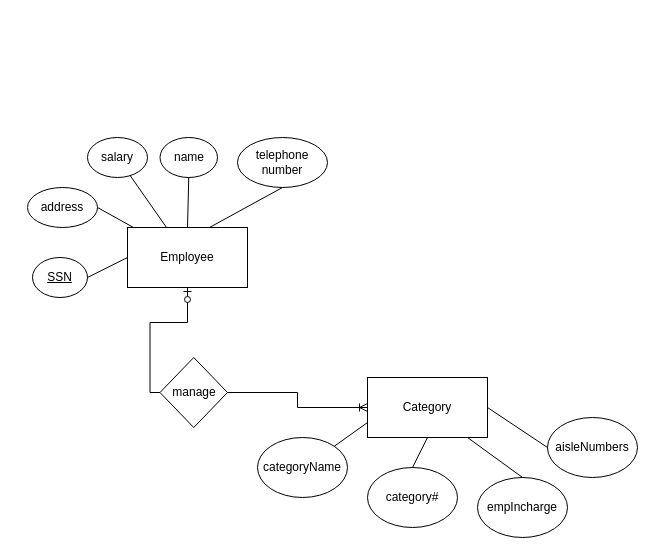
Earlier version of the draw.io diagram Homework_1_Database.drawio (kiethoang1411/CPSC_332_Database). Source tidied: cells renumbered, new cells numbered last; positions are measured from the earlier drawing's top-left corner, leaving out a move shared by most shapes. Both pictures are drawn from the tidied source at 100%, with x=0, y=0 at pixel (27, 137).
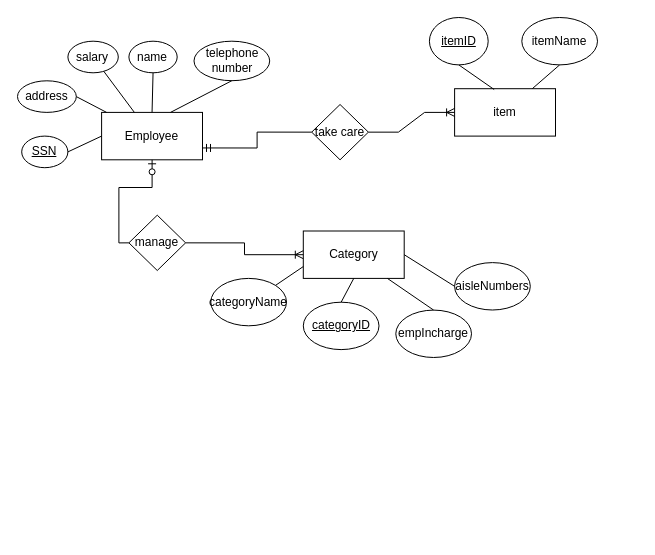
The same diagram, later.

Change to the diagram source:
```diff
@@
+    <mxCell id="25" style="group;" parent="1" vertex="1">
+      <mxGeometry x="-10" y="-120" width="580" height="340" as="geometry" />
+    </mxCell>
-    <mxCell id="2" value="Employee&lt;br&gt;" style="rounded=0;whiteSpace=wrap;html=1;" parent="1" vertex="1">
-      <mxGeometry x="100" y="90" width="120" height="60" as="geometry" />
+    <mxCell id="2" value="Employee&lt;br&gt;" style="rounded=0;whiteSpace=wrap;html=1;" parent="25" vertex="1">
+      <mxGeometry x="84.1" y="94.9" width="100.9" height="47.4" as="geometry" />
     </mxCell>
-    <mxCell id="3" value="&lt;u&gt;SSN&lt;/u&gt;" style="ellipse;whiteSpace=wrap;html=1;" parent="1" vertex="1">
-      <mxGeometry x="5" y="120" width="55" height="40" as="geometry" />
+    <mxCell id="3" value="&lt;u&gt;SSN&lt;/u&gt;" style="ellipse;whiteSpace=wrap;html=1;" parent="25" vertex="1">
+      <mxGeometry x="4.2" y="118.6" width="46.2" height="31.6" as="geometry" />
     </mxCell>
-    <mxCell id="4" value="salary&lt;br&gt;" style="ellipse;whiteSpace=wrap;html=1;" parent="1" vertex="1">
-      <mxGeometry x="60" width="60" height="40" as="geometry" />
+    <mxCell id="4" value="salary&lt;br&gt;" style="ellipse;whiteSpace=wrap;html=1;" parent="25" vertex="1">
+      <mxGeometry x="50.4" y="23.7" width="50.4" height="31.6" as="geometry" />
     </mxCell>
-    <mxCell id="5" value="name" style="ellipse;whiteSpace=wrap;html=1;" parent="1" vertex="1">
-      <mxGeometry x="132.5" width="57.5" height="40" as="geometry" />
+    <mxCell id="5" value="name" style="ellipse;whiteSpace=wrap;html=1;" parent="25" vertex="1">
+      <mxGeometry x="111.4" y="23.7" width="48.3" height="31.6" as="geometry" />
     </mxCell>
-    <mxCell id="6" value="telephone &lt;br&gt;number" style="ellipse;whiteSpace=wrap;html=1;" parent="1" vertex="1">
-      <mxGeometry x="210" width="90" height="50" as="geometry" />
+    <mxCell id="6" value="telephone &lt;br&gt;number" style="ellipse;whiteSpace=wrap;html=1;" parent="25" vertex="1">
+      <mxGeometry x="176.5" y="23.7" width="75.7" height="39.5" as="geometry" />
     </mxCell>
-    <mxCell id="7" value="address" style="ellipse;whiteSpace=wrap;html=1;" parent="1" vertex="1">
-      <mxGeometry y="50" width="70" height="40" as="geometry" />
+    <mxCell id="7" value="address" style="ellipse;whiteSpace=wrap;html=1;" parent="25" vertex="1">
+      <mxGeometry y="63.3" width="58.8" height="31.6" as="geometry" />
     </mxCell>
-    <mxCell id="8" style="endArrow=none;html=1;rounded=0;exitX=1;exitY=0.5;exitDx=0;exitDy=0;entryX=0;entryY=0.5;entryDx=0;entryDy=0;" parent="1" edge="1" source="3" target="2">
+    <mxCell id="8" style="endArrow=none;html=1;rounded=0;exitX=1;exitY=0.5;exitDx=0;exitDy=0;entryX=0;entryY=0.5;entryDx=0;entryDy=0;" parent="25" edge="1" source="3" target="2">
       <mxGeometry relative="1" as="geometry" />
     </mxCell>
-    <mxCell id="9" style="endArrow=none;html=1;rounded=0;exitX=1;exitY=0.5;exitDx=0;exitDy=0;" parent="1" edge="1" source="7" target="2">
+    <mxCell id="9" style="endArrow=none;html=1;rounded=0;exitX=1;exitY=0.5;exitDx=0;exitDy=0;" parent="25" edge="1" source="7" target="2">
       <mxGeometry relative="1" as="geometry" />
     </mxCell>
-    <mxCell id="10" style="endArrow=none;html=1;rounded=0;" parent="1" edge="1" source="4" target="2">
+    <mxCell id="10" style="endArrow=none;html=1;rounded=0;" parent="25" edge="1" source="4" target="2">
       <mxGeometry relative="1" as="geometry" />
     </mxCell>
-    <mxCell id="11" style="endArrow=none;html=1;rounded=0;exitX=0.5;exitY=1;exitDx=0;exitDy=0;entryX=0.5;entryY=0;entryDx=0;entryDy=0;" parent="1" edge="1" source="5" target="2">
+    <mxCell id="11" style="endArrow=none;html=1;rounded=0;exitX=0.5;exitY=1;exitDx=0;exitDy=0;entryX=0.5;entryY=0;entryDx=0;entryDy=0;" parent="25" edge="1" source="5" target="2">
       <mxGeometry relative="1" as="geometry" />
     </mxCell>
-    <mxCell id="12" style="endArrow=none;html=1;rounded=0;entryX=0.683;entryY=0;entryDx=0;entryDy=0;entryPerimeter=0;exitX=0.5;exitY=1;exitDx=0;exitDy=0;" parent="1" edge="1" source="6" target="2">
+    <mxCell id="12" style="endArrow=none;html=1;rounded=0;entryX=0.683;entryY=0;entryDx=0;entryDy=0;entryPerimeter=0;exitX=0.5;exitY=1;exitDx=0;exitDy=0;" parent="25" edge="1" source="6" target="2">
       <mxGeometry relative="1" as="geometry" />
     </mxCell>
-    <mxCell id="13" value="Category" style="rounded=0;whiteSpace=wrap;html=1;" parent="1" vertex="1">
-      <mxGeometry x="340" y="240" width="120" height="60" as="geometry" />
+    <mxCell id="13" value="Category" style="rounded=0;whiteSpace=wrap;html=1;" parent="25" vertex="1">
+      <mxGeometry x="285.8" y="213.5" width="100.9" height="47.4" as="geometry" />
     </mxCell>
-    <mxCell id="14" value="category#" style="ellipse;whiteSpace=wrap;html=1;" parent="1" vertex="1">
-      <mxGeometry x="340" y="330" width="90" height="60" as="geometry" />
+    <mxCell id="14" value="&lt;u&gt;categoryID&lt;/u&gt;" style="ellipse;whiteSpace=wrap;html=1;" parent="25" vertex="1">
+      <mxGeometry x="285.8" y="284.7" width="75.7" height="47.4" as="geometry" />
     </mxCell>
-    <mxCell id="15" value="categoryName" style="ellipse;whiteSpace=wrap;html=1;" parent="1" vertex="1">
-      <mxGeometry x="230" y="300" width="90" height="60" as="geometry" />
+    <mxCell id="15" value="categoryName" style="ellipse;whiteSpace=wrap;html=1;" parent="25" vertex="1">
+      <mxGeometry x="193.3" y="260.9" width="75.7" height="47.4" as="geometry" />
     </mxCell>
-    <mxCell id="16" value="empIncharge" style="ellipse;whiteSpace=wrap;html=1;" parent="1" vertex="1">
-      <mxGeometry x="450" y="340" width="90" height="60" as="geometry" />
+    <mxCell id="16" value="empIncharge" style="ellipse;whiteSpace=wrap;html=1;" parent="25" vertex="1">
+      <mxGeometry x="378.3" y="292.6" width="75.7" height="47.4" as="geometry" />
     </mxCell>
-    <mxCell id="17" value="aisleNumbers" style="ellipse;whiteSpace=wrap;html=1;" parent="1" vertex="1">
-      <mxGeometry x="520" y="280" width="90" height="60" as="geometry" />
+    <mxCell id="17" value="aisleNumbers" style="ellipse;whiteSpace=wrap;html=1;" parent="25" vertex="1">
+      <mxGeometry x="437.1" y="245.1" width="75.7" height="47.4" as="geometry" />
     </mxCell>
-    <mxCell id="18" style="endArrow=none;html=1;rounded=0;exitX=1;exitY=0;exitDx=0;exitDy=0;entryX=0;entryY=0.75;entryDx=0;entryDy=0;" parent="1" edge="1" source="15" target="13">
+    <mxCell id="18" style="endArrow=none;html=1;rounded=0;exitX=1;exitY=0;exitDx=0;exitDy=0;entryX=0;entryY=0.75;entryDx=0;entryDy=0;" parent="25" edge="1" source="15" target="13">
       <mxGeometry relative="1" as="geometry" />
     </mxCell>
-    <mxCell id="19" style="endArrow=none;html=1;rounded=0;exitX=0.5;exitY=0;exitDx=0;exitDy=0;entryX=0.5;entryY=1;entryDx=0;entryDy=0;" parent="1" edge="1" source="14" target="13">
+    <mxCell id="19" style="endArrow=none;html=1;rounded=0;exitX=0.5;exitY=0;exitDx=0;exitDy=0;entryX=0.5;entryY=1;entryDx=0;entryDy=0;" parent="25" edge="1" source="14" target="13">
       <mxGeometry relative="1" as="geometry" />
     </mxCell>
-    <mxCell id="20" style="endArrow=none;html=1;rounded=0;exitX=0.5;exitY=0;exitDx=0;exitDy=0;" parent="1" edge="1" source="16">
+    <mxCell id="20" style="endArrow=none;html=1;rounded=0;exitX=0.5;exitY=0;exitDx=0;exitDy=0;" parent="25" edge="1" source="16">
       <mxGeometry relative="1" as="geometry">
-        <mxPoint x="440" y="300" as="targetPoint" />
+        <mxPoint x="369.9" y="260.9" as="targetPoint" />
       </mxGeometry>
     </mxCell>
-    <mxCell id="21" style="endArrow=none;html=1;rounded=0;exitX=0;exitY=0.5;exitDx=0;exitDy=0;entryX=1;entryY=0.5;entryDx=0;entryDy=0;" parent="1" edge="1" source="17" target="13">
+    <mxCell id="21" style="endArrow=none;html=1;rounded=0;exitX=0;exitY=0.5;exitDx=0;exitDy=0;entryX=1;entryY=0.5;entryDx=0;entryDy=0;" parent="25" edge="1" source="17" target="13">
       <mxGeometry relative="1" as="geometry" />
     </mxCell>
-    <mxCell id="22" value="manage" style="rhombus;whiteSpace=wrap;html=1;" parent="1" vertex="1">
-      <mxGeometry x="132.5" y="220" width="67.5" height="70" as="geometry" />
+    <mxCell id="22" value="manage" style="rhombus;whiteSpace=wrap;html=1;" parent="25" vertex="1">
+      <mxGeometry x="111.4" y="197.7" width="56.7" height="55.3" as="geometry" />
     </mxCell>
-    <mxCell id="23" style="edgeStyle=orthogonalEdgeStyle;fontSize=12;html=1;endArrow=ERoneToMany;rounded=0;exitX=1;exitY=0.5;exitDx=0;exitDy=0;entryX=0;entryY=0.5;entryDx=0;entryDy=0;" parent="1" edge="1" source="22" target="13">
+    <mxCell id="23" style="edgeStyle=orthogonalEdgeStyle;fontSize=12;html=1;endArrow=ERoneToMany;rounded=0;exitX=1;exitY=0.5;exitDx=0;exitDy=0;entryX=0;entryY=0.5;entryDx=0;entryDy=0;" parent="25" edge="1" source="22" target="13">
       <mxGeometry relative="1" as="geometry">
         <Array as="points">
-          <mxPoint x="270" y="255" />
-          <mxPoint x="270" y="270" />
+          <mxPoint x="227" y="225.3" />
+          <mxPoint x="227" y="237.2" />
         </Array>
       </mxGeometry>
     </mxCell>
-    <mxCell id="24" style="edgeStyle=orthogonalEdgeStyle;fontSize=12;html=1;endArrow=ERzeroToOne;endFill=1;rounded=0;exitX=0;exitY=0.5;exitDx=0;exitDy=0;" parent="1" edge="1" source="22" target="2">
+    <mxCell id="24" style="edgeStyle=orthogonalEdgeStyle;fontSize=12;html=1;endArrow=ERzeroToOne;endFill=1;rounded=0;exitX=0;exitY=0.5;exitDx=0;exitDy=0;" parent="25" edge="1" source="22" target="2">
       <mxGeometry relative="1" as="geometry" />
     </mxCell>
+    <mxCell id="26" value="item" style="rounded=0;whiteSpace=wrap;html=1;" parent="25" vertex="1">
+      <mxGeometry x="437.1" y="71.2" width="100.9" height="47.4" as="geometry" />
+    </mxCell>
+    <mxCell id="27" value="itemName" style="ellipse;whiteSpace=wrap;html=1;" parent="25" vertex="1">
+      <mxGeometry x="504.3" width="75.7" height="47.4" as="geometry" />
+    </mxCell>
+    <mxCell id="28" value="&lt;u&gt;itemID&lt;/u&gt;" style="ellipse;whiteSpace=wrap;html=1;" parent="25" vertex="1">
+      <mxGeometry x="411.9" width="58.8" height="47.4" as="geometry" />
+    </mxCell>
+    <mxCell id="29" style="endArrow=none;html=1;rounded=0;entryX=0.5;entryY=1;entryDx=0;entryDy=0;exitX=0.392;exitY=0.017;exitDx=0;exitDy=0;exitPerimeter=0;" parent="25" edge="1" source="26" target="28">
+      <mxGeometry relative="1" as="geometry" />
+    </mxCell>
+    <mxCell id="30" style="endArrow=none;html=1;rounded=0;entryX=0.5;entryY=1;entryDx=0;entryDy=0;" parent="25" edge="1" source="26" target="27">
+      <mxGeometry relative="1" as="geometry" />
+    </mxCell>
+    <mxCell id="31" value="take care" style="rhombus;whiteSpace=wrap;html=1;" parent="25" vertex="1">
+      <mxGeometry x="294.2" y="87" width="56.7" height="55.3" as="geometry" />
+    </mxCell>
+    <mxCell id="32" style="edgeStyle=orthogonalEdgeStyle;fontSize=12;html=1;endArrow=ERmandOne;rounded=0;exitX=0;exitY=0.5;exitDx=0;exitDy=0;entryX=1;entryY=0.75;entryDx=0;entryDy=0;" parent="25" edge="1" source="31" target="2">
+      <mxGeometry relative="1" as="geometry" />
+    </mxCell>
+    <mxCell id="33" style="edgeStyle=entityRelationEdgeStyle;fontSize=12;html=1;endArrow=ERoneToMany;rounded=0;exitX=1;exitY=0.5;exitDx=0;exitDy=0;entryX=0;entryY=0.5;entryDx=0;entryDy=0;" parent="25" edge="1" source="31" target="26">
+      <mxGeometry relative="1" as="geometry" />
+    </mxCell>
```
